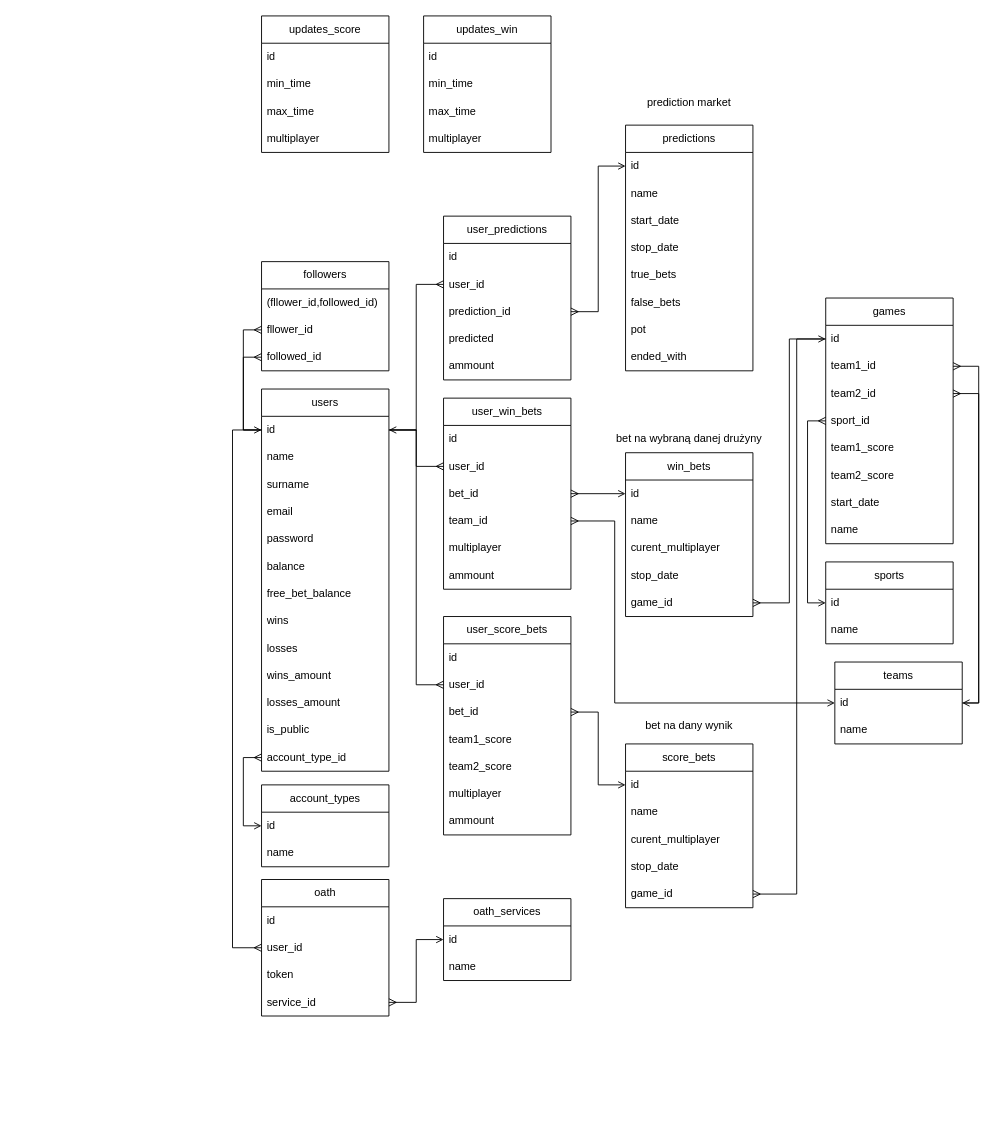
Earlier version of the draw.io diagram diagramy/db.drawio (Barabol/PewniaczekBetBack). Source tidied: cells renumbered, new cells numbered last; positions are measured from the earlier drawing's top-left corner, leaving out a move shared by most shapes. Both pictures are drawn from the tidied source at 91%, with x=0, y=0 at pixel (232, 15).
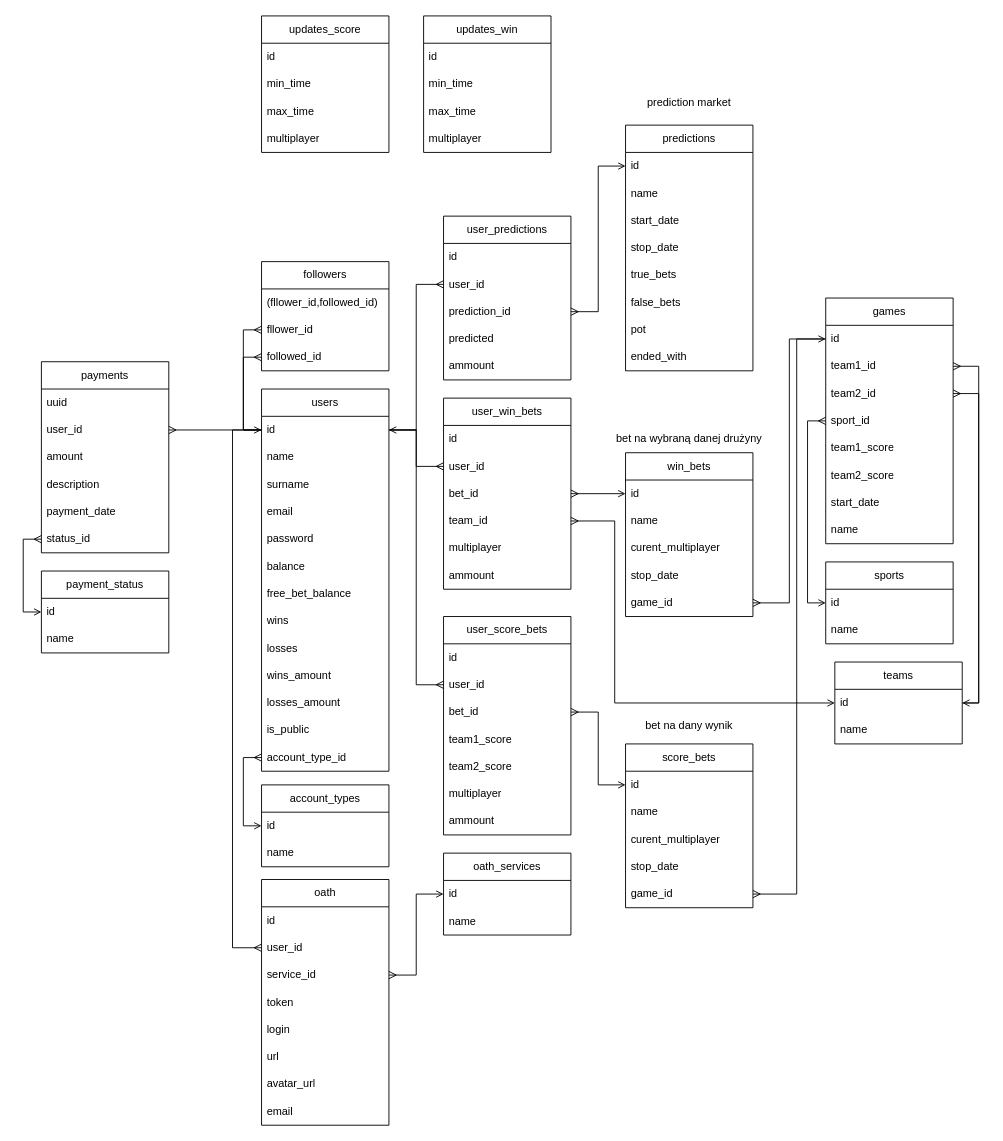
Above is the later version.

Unchanged cells that the change refers to:
```xml
<mxCell id="3" value="id" style="text;strokeColor=none;fillColor=none;align=left;verticalAlign=middle;spacingLeft=4;spacingRight=4;overflow=hidden;points=[[0,0.5],[1,0.5]];portConstraint=eastwest;whiteSpace=wrap;html=1;" parent="2" vertex="1">
  <mxGeometry y="30" width="140" height="30" as="geometry" />
</mxCell>
```

What changed in the source:
```diff
@@
     <mxCell id="108" value="oath" style="swimlane;fontStyle=0;horizontal=1;startSize=30;whiteSpace=wrap;html=1;" parent="1" vertex="1">
-      <mxGeometry x="31.9" y="949" width="140" height="150" as="geometry" />
+      <mxGeometry x="31.9" y="949" width="140" height="270" as="geometry" />
     </mxCell>
@@
+    <mxCell id="112" value="service_id" style="text;strokeColor=none;fillColor=none;align=left;verticalAlign=middle;spacingLeft=4;spacingRight=4;overflow=hidden;points=[[0,0.5],[1,0.5]];portConstraint=eastwest;whiteSpace=wrap;html=1;" parent="108" vertex="1">
+      <mxGeometry y="90" width="140" height="30" as="geometry" />
+    </mxCell>
     <mxCell id="111" value="token" style="text;strokeColor=none;fillColor=none;align=left;verticalAlign=middle;spacingLeft=4;spacingRight=4;overflow=hidden;whiteSpace=wrap;html=1;" parent="108" vertex="1">
-      <mxGeometry y="90" width="140" height="30" as="geometry" />
+      <mxGeometry y="120" width="140" height="30" as="geometry" />
     </mxCell>
-    <mxCell id="112" value="service_id" style="text;strokeColor=none;fillColor=none;align=left;verticalAlign=middle;spacingLeft=4;spacingRight=4;overflow=hidden;points=[[0,0.5],[1,0.5]];portConstraint=eastwest;whiteSpace=wrap;html=1;" parent="108" vertex="1">
-      <mxGeometry y="120" width="140" height="30" as="geometry" />
-    </mxCell>
+    <mxCell id="118" value="login" style="text;strokeColor=none;fillColor=none;align=left;verticalAlign=middle;spacingLeft=4;spacingRight=4;overflow=hidden;whiteSpace=wrap;html=1;" parent="108" vertex="1">
+      <mxGeometry y="150" width="140" height="30" as="geometry" />
+    </mxCell>
+    <mxCell id="119" value="url" style="text;strokeColor=none;fillColor=none;align=left;verticalAlign=middle;spacingLeft=4;spacingRight=4;overflow=hidden;whiteSpace=wrap;html=1;" parent="108" vertex="1">
+      <mxGeometry y="180" width="140" height="30" as="geometry" />
+    </mxCell>
+    <mxCell id="120" value="avatar_url" style="text;strokeColor=none;fillColor=none;align=left;verticalAlign=middle;spacingLeft=4;spacingRight=4;overflow=hidden;whiteSpace=wrap;html=1;" parent="108" vertex="1">
+      <mxGeometry y="210" width="140" height="30" as="geometry" />
+    </mxCell>
+    <mxCell id="121" value="email" style="text;strokeColor=none;fillColor=none;align=left;verticalAlign=middle;spacingLeft=4;spacingRight=4;overflow=hidden;whiteSpace=wrap;html=1;" parent="108" vertex="1">
+      <mxGeometry y="240" width="140" height="30" as="geometry" />
+    </mxCell>
     <mxCell id="113" value="oath_services" style="swimlane;fontStyle=0;horizontal=1;startSize=30;whiteSpace=wrap;html=1;" parent="1" vertex="1">
-      <mxGeometry x="231.9" y="970" width="140" height="90" as="geometry" />
+      <mxGeometry x="231.9" y="920" width="140" height="90" as="geometry" />
     </mxCell>
@@
+    <mxCell id="122" value="payments" style="swimlane;fontStyle=0;horizontal=1;startSize=30;whiteSpace=wrap;html=1;" parent="1" vertex="1">
+      <mxGeometry x="-210" y="380" width="140" height="210" as="geometry" />
+    </mxCell>
+    <mxCell id="123" value="uuid" style="text;strokeColor=none;fillColor=none;align=left;verticalAlign=middle;spacingLeft=4;spacingRight=4;overflow=hidden;whiteSpace=wrap;html=1;" parent="122" vertex="1">
+      <mxGeometry y="30" width="140" height="30" as="geometry" />
+    </mxCell>
+    <mxCell id="124" value="user_id" style="text;strokeColor=none;fillColor=none;align=left;verticalAlign=middle;spacingLeft=4;spacingRight=4;overflow=hidden;points=[[0,0.5],[1,0.5]];portConstraint=eastwest;whiteSpace=wrap;html=1;" parent="122" vertex="1">
+      <mxGeometry y="60" width="140" height="30" as="geometry" />
+    </mxCell>
+    <mxCell id="125" value="amount" style="text;strokeColor=none;fillColor=none;align=left;verticalAlign=middle;spacingLeft=4;spacingRight=4;overflow=hidden;whiteSpace=wrap;html=1;" parent="122" vertex="1">
+      <mxGeometry y="90" width="140" height="30" as="geometry" />
+    </mxCell>
+    <mxCell id="126" value="description" style="text;strokeColor=none;fillColor=none;align=left;verticalAlign=middle;spacingLeft=4;spacingRight=4;overflow=hidden;whiteSpace=wrap;html=1;" parent="122" vertex="1">
+      <mxGeometry y="120" width="140" height="30" as="geometry" />
+    </mxCell>
+    <mxCell id="127" value="payment_date" style="text;strokeColor=none;fillColor=none;align=left;verticalAlign=middle;spacingLeft=4;spacingRight=4;overflow=hidden;whiteSpace=wrap;html=1;" parent="122" vertex="1">
+      <mxGeometry y="150" width="140" height="30" as="geometry" />
+    </mxCell>
+    <mxCell id="128" value="status_id" style="text;strokeColor=none;fillColor=none;align=left;verticalAlign=middle;spacingLeft=4;spacingRight=4;overflow=hidden;points=[[0,0.5],[1,0.5]];portConstraint=eastwest;whiteSpace=wrap;html=1;" parent="122" vertex="1">
+      <mxGeometry y="180" width="140" height="30" as="geometry" />
+    </mxCell>
+    <mxCell id="129" style="edgeStyle=orthogonalEdgeStyle;rounded=0;jettySize=auto;html=1;entryX=0;entryY=0.5;entryDx=0;entryDy=0;endArrow=none;endFill=0;startArrow=ERmany;startFill=0;" parent="1" edge="1" source="124" target="3">
+      <mxGeometry relative="1" as="geometry" />
+    </mxCell>
+    <mxCell id="130" value="payment_status" style="swimlane;fontStyle=0;horizontal=1;startSize=30;whiteSpace=wrap;html=1;" parent="1" vertex="1">
+      <mxGeometry x="-210" y="610" width="140" height="90" as="geometry" />
+    </mxCell>
+    <mxCell id="131" value="id" style="text;strokeColor=none;fillColor=none;align=left;verticalAlign=middle;spacingLeft=4;spacingRight=4;overflow=hidden;points=[[0,0.5],[1,0.5]];portConstraint=eastwest;whiteSpace=wrap;html=1;" parent="130" vertex="1">
+      <mxGeometry y="30" width="140" height="30" as="geometry" />
+    </mxCell>
+    <mxCell id="132" value="name" style="text;strokeColor=none;fillColor=none;align=left;verticalAlign=middle;spacingLeft=4;spacingRight=4;overflow=hidden;whiteSpace=wrap;html=1;" parent="130" vertex="1">
+      <mxGeometry y="60" width="140" height="30" as="geometry" />
+    </mxCell>
+    <mxCell id="133" style="edgeStyle=orthogonalEdgeStyle;rounded=0;jettySize=auto;html=1;entryX=0;entryY=0.5;entryDx=0;entryDy=0;endArrow=open;endFill=0;startArrow=ERmany;startFill=0;" parent="1" edge="1" source="128" target="131">
+      <mxGeometry relative="1" as="geometry" />
+    </mxCell>
```
